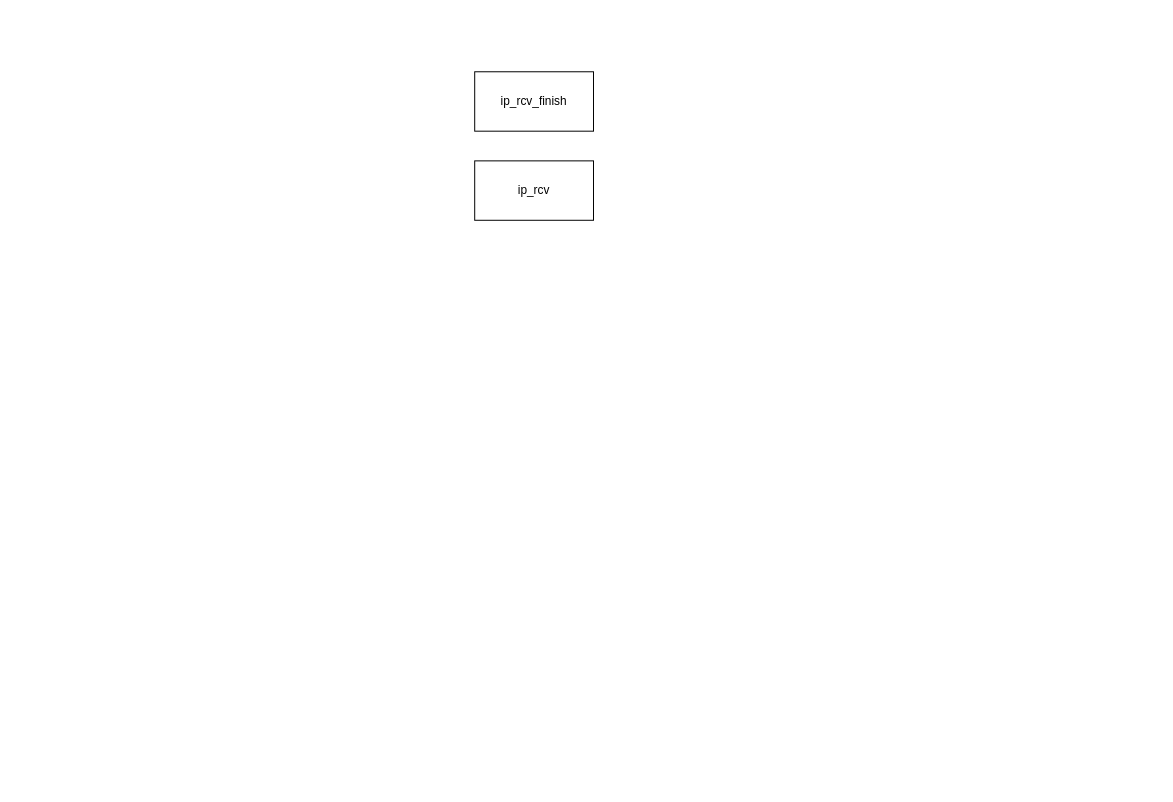
Earlier version of the draw.io diagram OS/image/网卡收包函数执行流.drawio (AAAwlx/note). Source tidied: cells renumbered, new cells numbered last; positions are measured from the earlier drawing's top-left corner, leaving out a move shared by most shapes. Both pictures are drawn from the tidied source at 99%, with x=0, y=0 at pixel (474, 71).
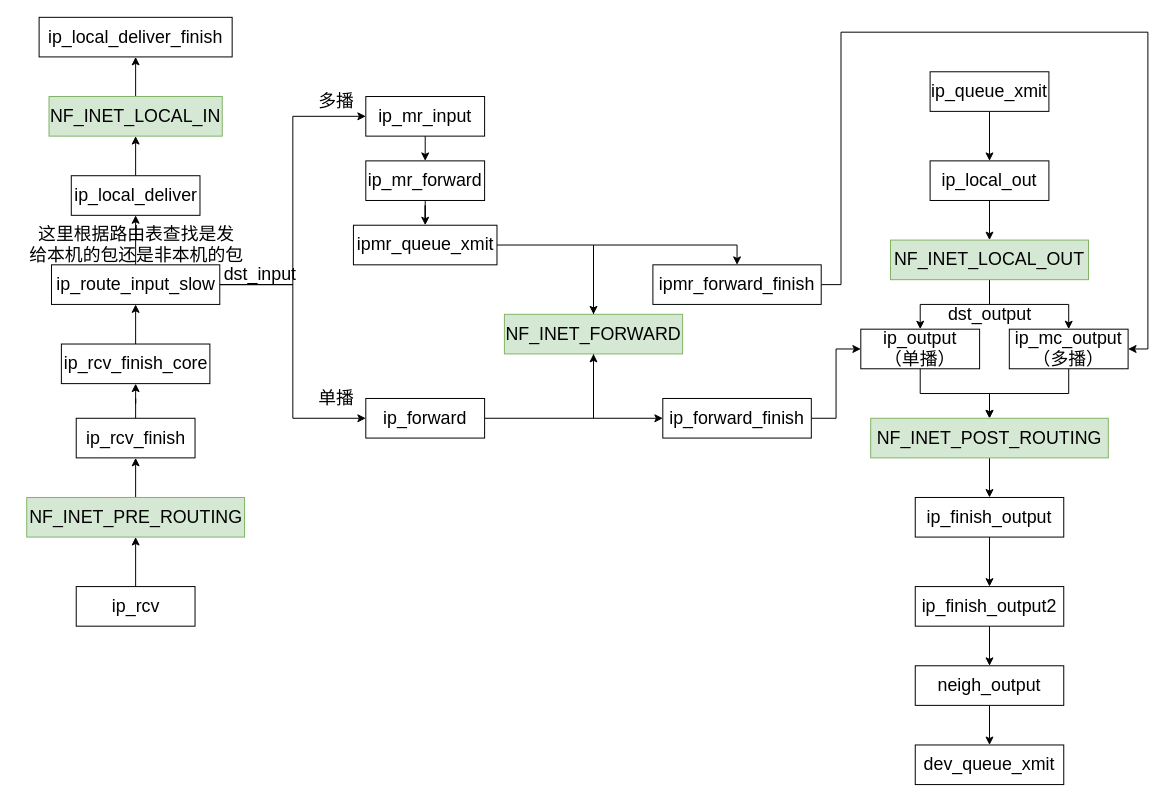
The same diagram, later.

What changed in the source:
```diff
@@
+    <mxCell id="4" style="edgeStyle=orthogonalEdgeStyle;rounded=0;jettySize=auto;html=1;" parent="1" edge="1" source="2" target="14">
+      <mxGeometry relative="1" as="geometry" />
+    </mxCell>
-    <mxCell id="2" value="ip_rcv" style="rounded=0;whiteSpace=wrap;html=1;" parent="1" vertex="1">
-      <mxGeometry y="90" width="120" height="60" as="geometry" />
+    <mxCell id="2" value="&lt;font style=&quot;font-size: 18px;&quot;&gt;ip_rcv&lt;/font&gt;" style="rounded=0;whiteSpace=wrap;html=1;" parent="1" vertex="1">
+      <mxGeometry x="-402.5" y="520" width="120" height="40" as="geometry" />
     </mxCell>
+    <mxCell id="5" style="edgeStyle=orthogonalEdgeStyle;rounded=0;jettySize=auto;html=1;" parent="1" edge="1" source="3" target="37">
+      <mxGeometry relative="1" as="geometry" />
+    </mxCell>
-    <mxCell id="3" value="ip_rcv_finish" style="rounded=0;whiteSpace=wrap;html=1;" parent="1" vertex="1">
-      <mxGeometry width="120" height="60" as="geometry" />
+    <mxCell id="3" value="&lt;font style=&quot;font-size: 18px;&quot;&gt;ip_rcv_finish&lt;/font&gt;" style="rounded=0;whiteSpace=wrap;html=1;" parent="1" vertex="1">
+      <mxGeometry x="-402.5" y="350" width="120" height="40" as="geometry" />
     </mxCell>
+    <mxCell id="6" style="edgeStyle=orthogonalEdgeStyle;rounded=0;jettySize=auto;html=1;exitX=0.5;exitY=1;exitDx=0;exitDy=0;" parent="1" edge="1" source="7" target="12">
+      <mxGeometry relative="1" as="geometry" />
+    </mxCell>
+    <mxCell id="7" value="&lt;font style=&quot;font-size: 18px;&quot;&gt;ip_local_out&lt;/font&gt;" style="rounded=0;whiteSpace=wrap;html=1;" parent="1" vertex="1">
+      <mxGeometry x="460" y="90" width="120" height="40" as="geometry" />
+    </mxCell>
+    <mxCell id="8" style="edgeStyle=orthogonalEdgeStyle;rounded=0;jettySize=auto;html=1;exitX=0.5;exitY=1;exitDx=0;exitDy=0;entryX=0.5;entryY=0;entryDx=0;entryDy=0;" parent="1" edge="1" source="9" target="7">
+      <mxGeometry relative="1" as="geometry" />
+    </mxCell>
+    <mxCell id="9" value="&lt;font style=&quot;font-size: 18px;&quot;&gt;ip_queue_xmit&lt;/font&gt;" style="rounded=0;whiteSpace=wrap;html=1;" parent="1" vertex="1">
+      <mxGeometry x="460" width="120" height="40" as="geometry" />
+    </mxCell>
+    <mxCell id="10" style="edgeStyle=orthogonalEdgeStyle;rounded=0;jettySize=auto;html=1;" parent="1" edge="1" source="12" target="16">
+      <mxGeometry relative="1" as="geometry" />
+    </mxCell>
+    <mxCell id="11" style="edgeStyle=orthogonalEdgeStyle;rounded=0;jettySize=auto;html=1;exitX=0.5;exitY=1;exitDx=0;exitDy=0;entryX=0.5;entryY=0;entryDx=0;entryDy=0;" parent="1" edge="1" source="12" target="18">
+      <mxGeometry relative="1" as="geometry" />
+    </mxCell>
+    <mxCell id="12" value="&lt;span style=&quot;font-size: 18px;&quot;&gt;NF_INET_LOCAL_OUT&lt;/span&gt;" style="rounded=0;whiteSpace=wrap;html=1;fillColor=#d5e8d4;strokeColor=#82b366;" parent="1" vertex="1">
+      <mxGeometry x="420" y="170" width="200" height="40" as="geometry" />
+    </mxCell>
+    <mxCell id="13" style="edgeStyle=orthogonalEdgeStyle;rounded=0;jettySize=auto;html=1;" parent="1" edge="1" source="14" target="3">
+      <mxGeometry relative="1" as="geometry" />
+    </mxCell>
+    <mxCell id="14" value="&lt;span style=&quot;font-size: 18px;&quot;&gt;NF_INET_PRE_ROUTING&lt;/span&gt;" style="rounded=0;whiteSpace=wrap;html=1;fillColor=#d5e8d4;strokeColor=#82b366;" parent="1" vertex="1">
+      <mxGeometry x="-452.5" y="430" width="220" height="40" as="geometry" />
+    </mxCell>
+    <mxCell id="15" style="edgeStyle=orthogonalEdgeStyle;rounded=0;jettySize=auto;html=1;exitX=0.5;exitY=1;exitDx=0;exitDy=0;entryX=0.5;entryY=0;entryDx=0;entryDy=0;" parent="1" edge="1" source="16" target="20">
+      <mxGeometry relative="1" as="geometry" />
+    </mxCell>
+    <mxCell id="16" value="&lt;span style=&quot;font-size: 18px;&quot;&gt;ip_output&lt;/span&gt;&lt;div&gt;&lt;span style=&quot;font-size: 18px;&quot;&gt;（单播）&lt;/span&gt;&lt;/div&gt;" style="rounded=0;whiteSpace=wrap;html=1;" parent="1" vertex="1">
+      <mxGeometry x="390" y="260" width="120" height="40" as="geometry" />
+    </mxCell>
+    <mxCell id="17" style="edgeStyle=orthogonalEdgeStyle;rounded=0;jettySize=auto;html=1;exitX=0.5;exitY=1;exitDx=0;exitDy=0;" parent="1" edge="1" source="18" target="20">
+      <mxGeometry relative="1" as="geometry" />
+    </mxCell>
+    <mxCell id="18" value="&lt;span style=&quot;font-size: 18px;&quot;&gt;ip_mc_output（多播）&lt;/span&gt;" style="rounded=0;whiteSpace=wrap;html=1;" parent="1" vertex="1">
+      <mxGeometry x="540" y="260" width="120" height="40" as="geometry" />
+    </mxCell>
+    <mxCell id="19" style="edgeStyle=orthogonalEdgeStyle;rounded=0;jettySize=auto;html=1;exitX=0.5;exitY=1;exitDx=0;exitDy=0;entryX=0.5;entryY=0;entryDx=0;entryDy=0;" parent="1" edge="1" source="20" target="22">
+      <mxGeometry relative="1" as="geometry" />
+    </mxCell>
+    <mxCell id="20" value="&lt;span style=&quot;font-size: 18px;&quot;&gt;NF_INET_POST_ROUTING&lt;/span&gt;" style="rounded=0;whiteSpace=wrap;html=1;fillColor=#d5e8d4;strokeColor=#82b366;" parent="1" vertex="1">
+      <mxGeometry x="400" y="350" width="240" height="40" as="geometry" />
+    </mxCell>
+    <mxCell id="21" style="edgeStyle=orthogonalEdgeStyle;rounded=0;jettySize=auto;html=1;exitX=0.5;exitY=1;exitDx=0;exitDy=0;" parent="1" edge="1" source="22" target="24">
+      <mxGeometry relative="1" as="geometry" />
+    </mxCell>
+    <mxCell id="22" value="&lt;font style=&quot;font-size: 18px;&quot;&gt;ip_finish_output&lt;/font&gt;" style="rounded=0;whiteSpace=wrap;html=1;" parent="1" vertex="1">
+      <mxGeometry x="445" y="430" width="150" height="40" as="geometry" />
+    </mxCell>
+    <mxCell id="23" style="edgeStyle=orthogonalEdgeStyle;rounded=0;jettySize=auto;html=1;exitX=0.5;exitY=1;exitDx=0;exitDy=0;" parent="1" edge="1" source="24" target="26">
+      <mxGeometry relative="1" as="geometry" />
+    </mxCell>
+    <mxCell id="24" value="&lt;font style=&quot;font-size: 18px;&quot;&gt;ip_finish_output2&lt;/font&gt;" style="rounded=0;whiteSpace=wrap;html=1;" parent="1" vertex="1">
+      <mxGeometry x="445" y="520" width="150" height="40" as="geometry" />
+    </mxCell>
+    <mxCell id="25" style="edgeStyle=orthogonalEdgeStyle;rounded=0;jettySize=auto;html=1;exitX=0.5;exitY=1;exitDx=0;exitDy=0;entryX=0.5;entryY=0;entryDx=0;entryDy=0;" parent="1" edge="1" source="26" target="27">
+      <mxGeometry relative="1" as="geometry" />
+    </mxCell>
+    <mxCell id="26" value="&lt;font style=&quot;font-size: 18px;&quot;&gt;neigh_output&lt;/font&gt;" style="rounded=0;whiteSpace=wrap;html=1;" parent="1" vertex="1">
+      <mxGeometry x="445" y="600" width="150" height="40" as="geometry" />
+    </mxCell>
+    <mxCell id="27" value="&lt;font style=&quot;font-size: 18px;&quot;&gt;dev_queue_xmit&lt;/font&gt;" style="rounded=0;whiteSpace=wrap;html=1;" parent="1" vertex="1">
+      <mxGeometry x="445" y="680" width="150" height="40" as="geometry" />
+    </mxCell>
+    <mxCell id="28" style="edgeStyle=orthogonalEdgeStyle;rounded=0;jettySize=auto;html=1;exitX=1;exitY=0.5;exitDx=0;exitDy=0;" parent="1" edge="1" source="29" target="58">
+      <mxGeometry relative="1" as="geometry" />
+    </mxCell>
+    <mxCell id="29" value="&lt;font style=&quot;font-size: 18px;&quot;&gt;ip_forward&lt;/font&gt;" style="rounded=0;whiteSpace=wrap;html=1;" parent="1" vertex="1">
+      <mxGeometry x="-110" y="330" width="120" height="40" as="geometry" />
+    </mxCell>
+    <mxCell id="30" style="edgeStyle=orthogonalEdgeStyle;rounded=0;jettySize=auto;html=1;exitX=1;exitY=0.5;exitDx=0;exitDy=0;entryX=0;entryY=0.5;entryDx=0;entryDy=0;" parent="1" edge="1" source="31" target="16">
+      <mxGeometry relative="1" as="geometry" />
+    </mxCell>
+    <mxCell id="31" value="&lt;font style=&quot;font-size: 18px;&quot;&gt;ip_forward_finish&lt;/font&gt;" style="rounded=0;whiteSpace=wrap;html=1;" parent="1" vertex="1">
+      <mxGeometry x="190" y="330" width="150" height="40" as="geometry" />
+    </mxCell>
+    <mxCell id="32" value="&lt;font style=&quot;font-size: 18px;&quot;&gt;dst_input&lt;/font&gt;" style="text;html=1;align=center;verticalAlign=middle;strokeColor=none;fillColor=none;" parent="1" vertex="1">
+      <mxGeometry x="-267.5" y="185" width="100" height="40" as="geometry" />
+    </mxCell>
+    <mxCell id="33" value="&lt;font style=&quot;font-size: 18px;&quot;&gt;dst_output&lt;/font&gt;" style="text;html=1;align=center;verticalAlign=middle;strokeColor=none;fillColor=none;" parent="1" vertex="1">
+      <mxGeometry x="465" y="225" width="110" height="40" as="geometry" />
+    </mxCell>
+    <mxCell id="34" style="edgeStyle=orthogonalEdgeStyle;rounded=0;jettySize=auto;html=1;exitX=0.5;exitY=1;exitDx=0;exitDy=0;entryX=0.5;entryY=0;entryDx=0;entryDy=0;" parent="1" edge="1" source="35" target="48">
+      <mxGeometry relative="1" as="geometry" />
+    </mxCell>
+    <mxCell id="35" value="&lt;font style=&quot;font-size: 18px;&quot;&gt;ip_mr_input&lt;/font&gt;" style="rounded=0;whiteSpace=wrap;html=1;" parent="1" vertex="1">
+      <mxGeometry x="-110" y="25" width="120" height="40" as="geometry" />
+    </mxCell>
+    <mxCell id="36" style="edgeStyle=orthogonalEdgeStyle;rounded=0;jettySize=auto;html=1;exitX=0.5;exitY=0;exitDx=0;exitDy=0;entryX=0.5;entryY=1;entryDx=0;entryDy=0;" parent="1" edge="1" source="37" target="41">
+      <mxGeometry relative="1" as="geometry" />
+    </mxCell>
+    <mxCell id="37" value="&lt;font style=&quot;font-size: 18px;&quot;&gt;ip_rcv_finish_core&lt;/font&gt;" style="rounded=0;whiteSpace=wrap;html=1;" parent="1" vertex="1">
+      <mxGeometry x="-417.5" y="275" width="150" height="40" as="geometry" />
+    </mxCell>
+    <mxCell id="38" style="edgeStyle=orthogonalEdgeStyle;rounded=0;jettySize=auto;html=1;exitX=1;exitY=0.5;exitDx=0;exitDy=0;entryX=0;entryY=0.5;entryDx=0;entryDy=0;" parent="1" edge="1" source="41" target="29">
+      <mxGeometry relative="1" as="geometry" />
+    </mxCell>
+    <mxCell id="39" style="edgeStyle=orthogonalEdgeStyle;rounded=0;jettySize=auto;html=1;" parent="1" edge="1" source="41" target="43">
+      <mxGeometry relative="1" as="geometry" />
+    </mxCell>
+    <mxCell id="40" style="edgeStyle=orthogonalEdgeStyle;rounded=0;jettySize=auto;html=1;exitX=1;exitY=0.5;exitDx=0;exitDy=0;entryX=0;entryY=0.5;entryDx=0;entryDy=0;" parent="1" edge="1" source="41" target="35">
+      <mxGeometry relative="1" as="geometry" />
+    </mxCell>
+    <mxCell id="41" value="&lt;font style=&quot;font-size: 18px;&quot;&gt;ip_route_input_slow&lt;/font&gt;" style="rounded=0;whiteSpace=wrap;html=1;" parent="1" vertex="1">
+      <mxGeometry x="-427.5" y="195" width="170" height="40" as="geometry" />
+    </mxCell>
+    <mxCell id="42" style="edgeStyle=orthogonalEdgeStyle;rounded=0;jettySize=auto;html=1;exitX=0.5;exitY=0;exitDx=0;exitDy=0;entryX=0.5;entryY=1;entryDx=0;entryDy=0;" parent="1" edge="1" source="43" target="45">
+      <mxGeometry relative="1" as="geometry" />
+    </mxCell>
+    <mxCell id="43" value="&lt;font style=&quot;font-size: 18px;&quot;&gt;ip_local_deliver&lt;/font&gt;" style="rounded=0;whiteSpace=wrap;html=1;" parent="1" vertex="1">
+      <mxGeometry x="-407.5" y="105" width="130" height="40" as="geometry" />
+    </mxCell>
+    <mxCell id="44" style="edgeStyle=orthogonalEdgeStyle;rounded=0;jettySize=auto;html=1;exitX=0.5;exitY=0;exitDx=0;exitDy=0;" parent="1" edge="1" source="45" target="46">
+      <mxGeometry relative="1" as="geometry" />
+    </mxCell>
+    <mxCell id="45" value="&lt;font style=&quot;font-size: 18px;&quot;&gt;NF_INET_LOCAL_IN&lt;/font&gt;" style="rounded=0;whiteSpace=wrap;html=1;fillColor=#d5e8d4;strokeColor=#82b366;" parent="1" vertex="1">
+      <mxGeometry x="-430" y="25" width="175" height="40" as="geometry" />
+    </mxCell>
+    <mxCell id="46" value="&lt;font style=&quot;font-size: 18px;&quot;&gt;ip_local_deliver_finish&lt;/font&gt;" style="rounded=0;whiteSpace=wrap;html=1;" parent="1" vertex="1">
+      <mxGeometry x="-440" y="-55" width="195" height="40" as="geometry" />
+    </mxCell>
+    <mxCell id="47" style="edgeStyle=orthogonalEdgeStyle;rounded=0;jettySize=auto;html=1;exitX=0.5;exitY=1;exitDx=0;exitDy=0;" parent="1" edge="1" source="48" target="53">
+      <mxGeometry relative="1" as="geometry" />
+    </mxCell>
+    <mxCell id="48" value="&lt;font style=&quot;font-size: 18px;&quot;&gt;ip_mr_forward&lt;/font&gt;" style="rounded=0;whiteSpace=wrap;html=1;" parent="1" vertex="1">
+      <mxGeometry x="-110" y="90" width="120" height="40" as="geometry" />
+    </mxCell>
+    <mxCell id="49" value="&lt;font style=&quot;font-size: 18px;&quot;&gt;这里根据路由表查找是发&lt;/font&gt;&lt;div&gt;&lt;font style=&quot;font-size: 18px;&quot;&gt;给本机的包还是非本机的包&lt;/font&gt;&lt;/div&gt;" style="text;html=1;align=center;verticalAlign=middle;strokeColor=none;fillColor=none;" parent="1" vertex="1">
+      <mxGeometry x="-462.5" y="145" width="240" height="60" as="geometry" />
+    </mxCell>
+    <mxCell id="50" style="edgeStyle=orthogonalEdgeStyle;rounded=0;jettySize=auto;html=1;exitX=1;exitY=0.5;exitDx=0;exitDy=0;entryX=1;entryY=0.5;entryDx=0;entryDy=0;" parent="1" edge="1" source="51" target="18">
+      <mxGeometry relative="1" as="geometry">
+        <Array as="points">
+          <mxPoint x="370" y="215" />
+          <mxPoint x="370" y="-40" />
+          <mxPoint x="680" y="-40" />
+          <mxPoint x="680" y="280" />
+        </Array>
+      </mxGeometry>
+    </mxCell>
+    <mxCell id="51" value="&lt;font style=&quot;font-size: 18px;&quot;&gt;ipmr_forward_finish&lt;/font&gt;" style="rounded=0;whiteSpace=wrap;html=1;" parent="1" vertex="1">
+      <mxGeometry x="180" y="195" width="170" height="40" as="geometry" />
+    </mxCell>
+    <mxCell id="52" style="edgeStyle=orthogonalEdgeStyle;rounded=0;jettySize=auto;html=1;exitX=1;exitY=0.5;exitDx=0;exitDy=0;entryX=0.5;entryY=0;entryDx=0;entryDy=0;" parent="1" edge="1" source="53" target="58">
+      <mxGeometry relative="1" as="geometry" />
+    </mxCell>
+    <mxCell id="53" value="&lt;span style=&quot;text-wrap-mode: nowrap;&quot;&gt;&lt;font style=&quot;font-size: 18px;&quot;&gt;ipmr_queue_xmit&lt;/font&gt;&lt;/span&gt;" style="rounded=0;whiteSpace=wrap;html=1;" parent="1" vertex="1">
+      <mxGeometry x="-122.5" y="155" width="145" height="40" as="geometry" />
+    </mxCell>
+    <mxCell id="54" value="&lt;font style=&quot;font-size: 18px;&quot;&gt;多播&lt;/font&gt;" style="text;html=1;align=center;verticalAlign=middle;strokeColor=none;fillColor=none;" parent="1" vertex="1">
+      <mxGeometry x="-170" y="10" width="60" height="40" as="geometry" />
+    </mxCell>
+    <mxCell id="55" value="&lt;font style=&quot;font-size: 18px;&quot;&gt;单播&lt;/font&gt;" style="text;html=1;align=center;verticalAlign=middle;strokeColor=none;fillColor=none;" parent="1" vertex="1">
+      <mxGeometry x="-170" y="310" width="60" height="40" as="geometry" />
+    </mxCell>
+    <mxCell id="56" style="edgeStyle=orthogonalEdgeStyle;rounded=0;jettySize=auto;html=1;exitX=0.5;exitY=0;exitDx=0;exitDy=0;entryX=0.5;entryY=0;entryDx=0;entryDy=0;" parent="1" edge="1" source="58" target="51">
+      <mxGeometry relative="1" as="geometry" />
+    </mxCell>
+    <mxCell id="57" style="edgeStyle=orthogonalEdgeStyle;rounded=0;jettySize=auto;html=1;exitX=0.5;exitY=1;exitDx=0;exitDy=0;entryX=0;entryY=0.5;entryDx=0;entryDy=0;" parent="1" edge="1" source="58" target="31">
+      <mxGeometry relative="1" as="geometry" />
+    </mxCell>
+    <mxCell id="58" value="&lt;font style=&quot;font-size: 18px;&quot;&gt;NF_INET_FORWARD&lt;/font&gt;" style="rounded=0;whiteSpace=wrap;html=1;fillColor=#d5e8d4;strokeColor=#82b366;" parent="1" vertex="1">
+      <mxGeometry x="30" y="245" width="180" height="40" as="geometry" />
+    </mxCell>
```
